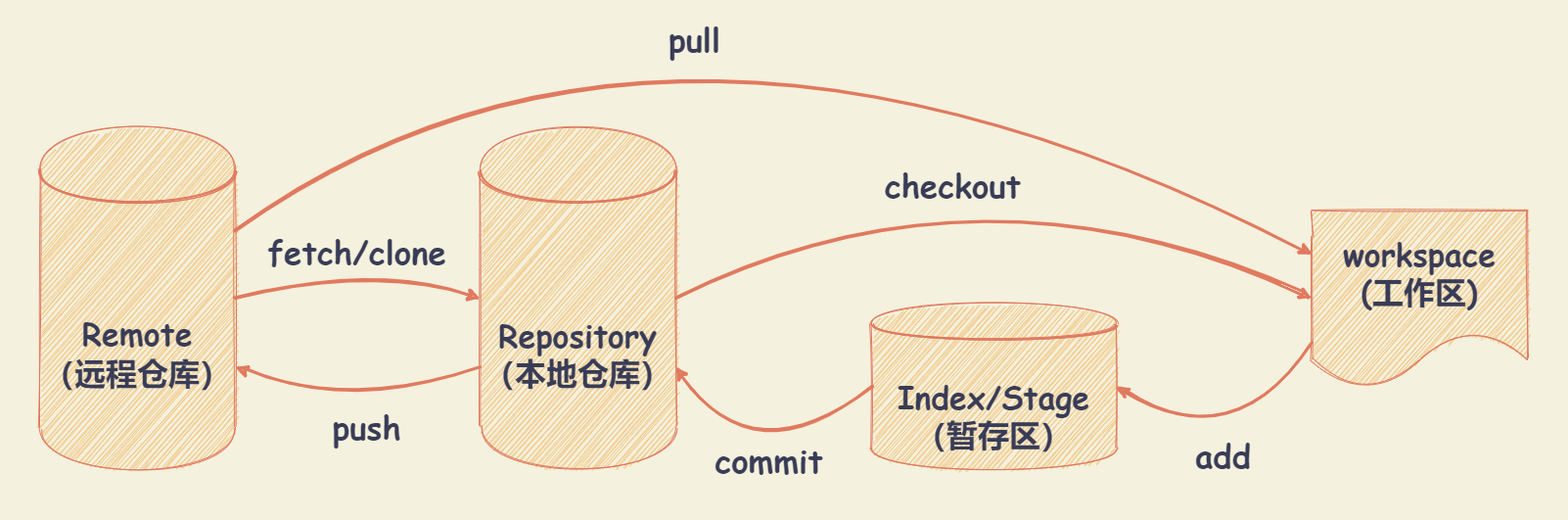
Above: docs/git/files/images/gitflow.drawio.png in lrh21g/blogs (draw.io), before the change. Source tidied: cells renumbered, new cells last; positions are measured from the earlier drawing's top-left corner, leaving out a move shared by most shapes.
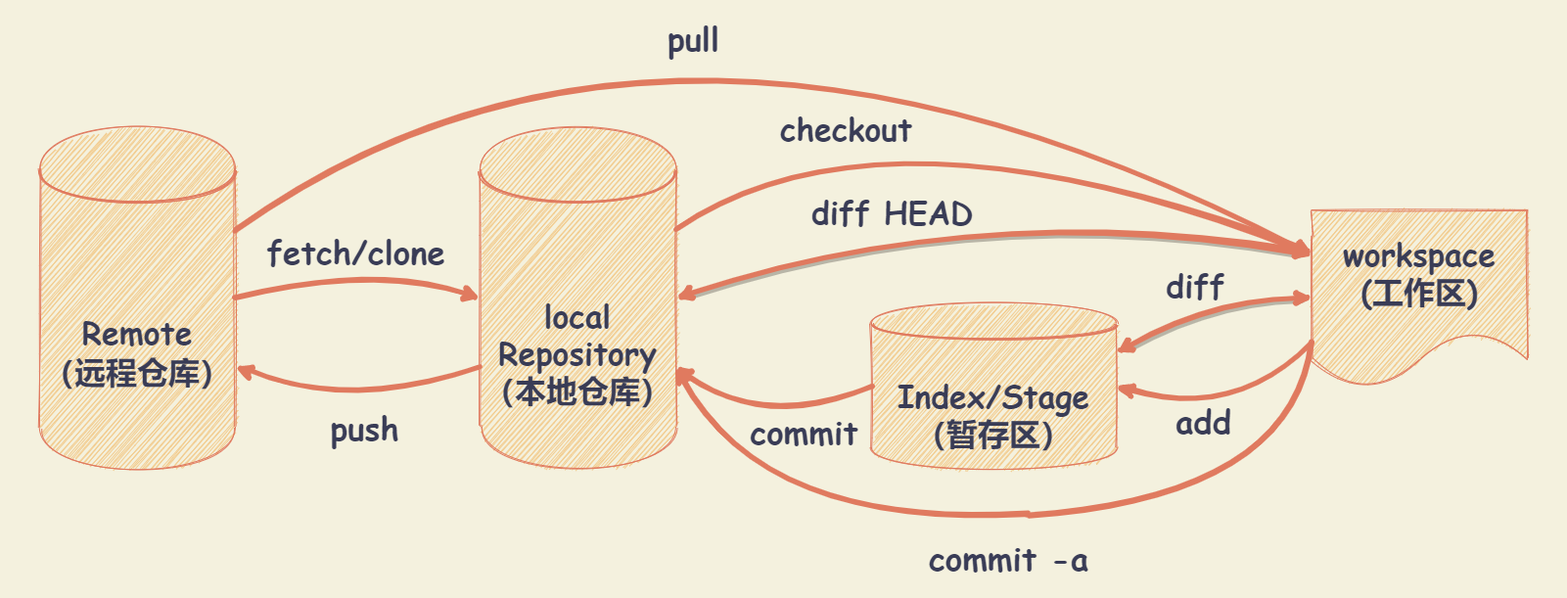
Above is the later version.

What changed in the source:
```diff
@@ -2,13 +2,13 @@
   <root>
     <mxCell id="0" />
     <mxCell id="1" parent="0" />
-    <mxCell id="2" style="rounded=1;whiteSpace=wrap;html=1;sketch=1;fontColor=#393C56;fillColor=none;strokeColor=none;" parent="1" vertex="1">
-      <mxGeometry y="80" width="1600" height="530" as="geometry" />
+    <mxCell id="2" style="whiteSpace=wrap;html=1;fontColor=#393C56;fillColor=none;strokeColor=none;sketch=1;rounded=1;" parent="1" vertex="1">
+      <mxGeometry y="80" width="1600" height="610" as="geometry" />
     </mxCell>
     <mxCell id="3" value="&lt;p style=&quot;font-size: 32px;&quot;&gt;&lt;span style=&quot;font-size: 32px;&quot;&gt;&lt;font style=&quot;font-size: 32px;&quot; face=&quot;Comic Sans MS&quot;&gt;Remote&lt;br style=&quot;font-size: 32px;&quot;&gt;&lt;/font&gt;&lt;font style=&quot;font-size: 32px;&quot; face=&quot;Comic Sans MS&quot;&gt;（远程仓库）&lt;/font&gt;&lt;/span&gt;&lt;/p&gt;" style="shape=datastore;whiteSpace=wrap;html=1;fillColor=#F2CC8F;strokeColor=#E07A5F;fontColor=#393C56;verticalAlign=middle;horizontal=1;spacing=0;fontStyle=1;fontSize=32;sketch=1;rounded=1;" parent="1" vertex="1">
       <mxGeometry x="40" y="209.1" width="200" height="350" as="geometry" />
     </mxCell>
-    <mxCell id="4" value="&lt;p style=&quot;font-size: 32px;&quot;&gt;&lt;font style=&quot;font-size: 32px;&quot;&gt;Repository&lt;br style=&quot;font-size: 32px;&quot;&gt;&lt;/font&gt;&lt;font style=&quot;font-size: 32px;&quot;&gt;（本地仓库）&lt;/font&gt;&lt;/p&gt;&lt;p style=&quot;font-size: 32px;&quot;&gt;&lt;/p&gt;" style="shape=datastore;whiteSpace=wrap;html=1;fillColor=#F2CC8F;strokeColor=#E07A5F;fontColor=#393C56;labelBackgroundColor=none;labelBorderColor=none;fontFamily=Comic Sans MS;verticalAlign=middle;fontSize=32;fontStyle=1;spacing=0;sketch=1;rounded=1;" parent="1" vertex="1">
+    <mxCell id="4" value="&lt;p&gt;&lt;font style=&quot;font-size: 32px&quot;&gt;local&lt;br&gt;Repository&lt;br&gt;&lt;/font&gt;&lt;font style=&quot;font-size: 32px&quot;&gt;（本地仓库）&lt;/font&gt;&lt;/p&gt;&lt;p style=&quot;font-size: 32px&quot;&gt;&lt;/p&gt;" style="shape=datastore;whiteSpace=wrap;html=1;fillColor=#F2CC8F;strokeColor=#E07A5F;fontColor=#393C56;labelBackgroundColor=none;labelBorderColor=none;fontFamily=Comic Sans MS;verticalAlign=middle;fontSize=32;fontStyle=1;spacing=0;sketch=1;rounded=1;" parent="1" vertex="1">
       <mxGeometry x="490" y="209.1" width="200" height="350" as="geometry" />
     </mxCell>
     <mxCell id="5" value="&lt;span style=&quot;font-size: 32px&quot;&gt;workspace&lt;br&gt;(工作区)&lt;br&gt;&lt;/span&gt;" style="shape=document;whiteSpace=wrap;html=1;boundedLbl=1;labelBackgroundColor=none;strokeColor=#E07A5F;fillColor=#F2CC8F;fontFamily=Comic Sans MS;fontSize=32;fontColor=#393C56;fontStyle=1;sketch=1;rounded=1;" parent="1" vertex="1">
@@ -17,43 +17,43 @@
     <mxCell id="6" value="&lt;p style=&quot;font-size: 32px&quot;&gt;&lt;span&gt;Index/Stage&lt;br&gt;&lt;/span&gt;&lt;span&gt;（暂存区&lt;/span&gt;&lt;span&gt;）&lt;/span&gt;&lt;/p&gt;&lt;p style=&quot;font-size: 32px&quot;&gt;&lt;/p&gt;" style="shape=datastore;whiteSpace=wrap;html=1;fillColor=#F2CC8F;strokeColor=#E07A5F;fontColor=#393C56;labelBackgroundColor=none;labelBorderColor=none;fontFamily=Comic Sans MS;verticalAlign=middle;fontSize=32;fontStyle=1;spacing=0;sketch=1;rounded=1;" parent="1" vertex="1">
       <mxGeometry x="890" y="389.1" width="250" height="170" as="geometry" />
     </mxCell>
-    <mxCell id="7" style="endArrow=classic;html=1;strokeColor=#E07A5F;fillColor=#F2CC8F;fontFamily=Comic Sans MS;fontSize=32;fontColor=#393C56;exitX=0;exitY=0.75;exitDx=0;exitDy=0;entryX=1;entryY=0.5;entryDx=0;entryDy=0;labelBackgroundColor=none;spacing=0;fontStyle=1;strokeWidth=3;sketch=1;curved=1;" parent="1" edge="1" source="5" target="6">
+    <mxCell id="7" style="endArrow=classic;html=1;strokeColor=#E07A5F;fillColor=#F2CC8F;fontFamily=Comic Sans MS;fontSize=32;fontColor=#393C56;exitX=0;exitY=0.75;exitDx=0;exitDy=0;entryX=1;entryY=0.5;entryDx=0;entryDy=0;labelBackgroundColor=none;spacing=0;fontStyle=1;strokeWidth=5;sketch=1;curved=1;" parent="1" edge="1" source="5" target="6">
       <mxGeometry relative="1" as="geometry">
         <Array as="points">
-          <mxPoint x="1260" y="549.1" />
+          <mxPoint x="1260" y="510" />
         </Array>
       </mxGeometry>
     </mxCell>
     <mxCell id="8" value="add" style="edgeLabel;html=1;align=center;verticalAlign=middle;fontColor=#393C56;labelBackgroundColor=none;fontSize=33;fontStyle=1;fontFamily=Comic Sans MS;sketch=1;rounded=1;" parent="7" vertex="1">
       <mxGeometry x="-0.15" y="-14" relative="1" as="geometry">
-        <mxPoint x="-12.3" y="20.8" as="offset" />
+        <mxPoint x="-30.7" y="17.2" as="offset" />
       </mxGeometry>
     </mxCell>
-    <mxCell id="9" style="endArrow=classic;html=1;strokeColor=#E07A5F;fillColor=#F2CC8F;fontFamily=Comic Sans MS;fontSize=32;fontColor=#393C56;exitX=0;exitY=0.5;exitDx=0;exitDy=0;entryX=1;entryY=0.7;entryDx=0;entryDy=0;labelBackgroundColor=none;spacing=0;fontStyle=1;strokeWidth=3;sketch=1;curved=1;" parent="1" edge="1" source="6" target="4">
+    <mxCell id="9" style="endArrow=classic;html=1;strokeColor=#E07A5F;fillColor=#F2CC8F;fontFamily=Comic Sans MS;fontSize=32;fontColor=#393C56;exitX=0;exitY=0.5;exitDx=0;exitDy=0;entryX=1;entryY=0.7;entryDx=0;entryDy=0;labelBackgroundColor=none;spacing=0;fontStyle=1;strokeWidth=5;sketch=1;curved=1;" parent="1" edge="1" source="6" target="4">
       <mxGeometry relative="1" as="geometry">
         <Array as="points">
-          <mxPoint x="770" y="569.1" />
+          <mxPoint x="780" y="520" />
         </Array>
       </mxGeometry>
     </mxCell>
     <mxCell id="10" value="commit" style="edgeLabel;html=1;align=center;verticalAlign=middle;fontColor=#393C56;labelBackgroundColor=none;fontSize=33;fontStyle=1;fontFamily=Comic Sans MS;sketch=1;rounded=1;" parent="9" vertex="1">
       <mxGeometry x="-0.15" y="-14" relative="1" as="geometry">
-        <mxPoint y="8.4" as="offset" />
+        <mxPoint x="25.8" y="21.1" as="offset" />
       </mxGeometry>
     </mxCell>
-    <mxCell id="11" style="endArrow=classic;html=1;strokeColor=#E07A5F;fillColor=#F2CC8F;fontFamily=Comic Sans MS;fontSize=32;fontColor=#393C56;entryX=0;entryY=0.5;entryDx=0;entryDy=0;labelBackgroundColor=none;spacing=0;fontStyle=1;strokeWidth=3;exitX=1;exitY=0.5;exitDx=0;exitDy=0;sketch=1;curved=1;" parent="1" edge="1" source="4" target="5">
+    <mxCell id="11" style="endArrow=classic;html=1;strokeColor=#E07A5F;fillColor=#F2CC8F;fontFamily=Comic Sans MS;fontSize=32;fontColor=#393C56;entryX=0;entryY=0.25;entryDx=0;entryDy=0;labelBackgroundColor=none;spacing=0;fontStyle=1;strokeWidth=5;exitX=1;exitY=0.3;exitDx=0;exitDy=0;sketch=1;curved=1;" parent="1" edge="1" source="4" target="5">
       <mxGeometry relative="1" as="geometry">
         <Array as="points">
-          <mxPoint x="1000" y="229.1" />
+          <mxPoint x="900" y="170" />
         </Array>
       </mxGeometry>
     </mxCell>
-    <mxCell id="12" value="checkout" style="edgeLabel;html=1;align=center;verticalAlign=middle;fontColor=#393C56;labelBackgroundColor=none;fontSize=33;fontStyle=1;fontFamily=Comic Sans MS;sketch=1;rounded=1;" parent="11" vertex="1">
+    <mxCell id="12" value="checkout" style="edgeLabel;html=1;align=center;verticalAlign=middle;fontColor=#393C56;labelBackgroundColor=none;fontSize=32;fontStyle=1;fontFamily=Comic Sans MS;sketch=1;rounded=1;" parent="11" vertex="1">
       <mxGeometry x="-0.15" y="-14" relative="1" as="geometry">
-        <mxPoint y="8.4" as="offset" />
+        <mxPoint x="-83.6" y="6.2" as="offset" />
       </mxGeometry>
     </mxCell>
-    <mxCell id="13" style="endArrow=classic;html=1;strokeColor=#E07A5F;fillColor=#F2CC8F;fontFamily=Comic Sans MS;fontSize=32;fontColor=#393C56;exitX=0;exitY=0.7;exitDx=0;exitDy=0;entryX=1;entryY=0.7;entryDx=0;entryDy=0;labelBackgroundColor=none;spacing=0;fontStyle=1;strokeWidth=3;endFill=1;shadow=0;arcSize=20;snapToPoint=0;sketch=1;curved=1;" parent="1" edge="1" source="4" target="3">
+    <mxCell id="13" style="endArrow=classic;html=1;strokeColor=#E07A5F;fillColor=#F2CC8F;fontFamily=Comic Sans MS;fontSize=32;fontColor=#393C56;exitX=0;exitY=0.7;exitDx=0;exitDy=0;entryX=1;entryY=0.7;entryDx=0;entryDy=0;labelBackgroundColor=none;spacing=0;fontStyle=1;strokeWidth=5;endFill=1;shadow=0;arcSize=20;snapToPoint=0;sketch=1;curved=1;" parent="1" edge="1" source="4" target="3">
       <mxGeometry relative="1" as="geometry">
         <Array as="points">
           <mxPoint x="360" y="499.1" />
@@ -65,7 +65,7 @@
         <mxPoint x="-6.6" y="37.5" as="offset" />
       </mxGeometry>
     </mxCell>
-    <mxCell id="15" style="endArrow=classic;html=1;strokeColor=#E07A5F;fillColor=#F2CC8F;fontFamily=Comic Sans MS;fontSize=32;fontColor=#393C56;labelBackgroundColor=none;spacing=0;fontStyle=1;strokeWidth=3;endFill=1;shadow=0;arcSize=20;snapToPoint=0;exitX=1;exitY=0.5;exitDx=0;exitDy=0;entryX=0;entryY=0.5;entryDx=0;entryDy=0;sketch=1;curved=1;" parent="1" edge="1" source="3" target="4">
+    <mxCell id="15" style="endArrow=classic;html=1;strokeColor=#E07A5F;fillColor=#F2CC8F;fontFamily=Comic Sans MS;fontSize=32;fontColor=#393C56;labelBackgroundColor=none;spacing=0;fontStyle=1;strokeWidth=5;endFill=1;shadow=0;arcSize=20;snapToPoint=0;exitX=1;exitY=0.5;exitDx=0;exitDy=0;entryX=0;entryY=0.5;entryDx=0;entryDy=0;sketch=1;curved=1;" parent="1" edge="1" source="3" target="4">
       <mxGeometry relative="1" as="geometry">
         <Array as="points">
           <mxPoint x="380" y="349.1" />
@@ -77,7 +77,7 @@
         <mxPoint x="12.3" y="-35.4" as="offset" />
       </mxGeometry>
     </mxCell>
-    <mxCell id="17" style="endArrow=classic;html=1;strokeColor=#E07A5F;fillColor=#F2CC8F;fontFamily=Comic Sans MS;fontSize=32;fontColor=#393C56;entryX=0;entryY=0.25;entryDx=0;entryDy=0;labelBackgroundColor=none;spacing=0;fontStyle=1;strokeWidth=3;exitX=1;exitY=0.3;exitDx=0;exitDy=0;sketch=1;curved=1;" parent="1" edge="1" source="3" target="5">
+    <mxCell id="17" style="endArrow=classic;html=1;strokeColor=#E07A5F;fillColor=#F2CC8F;fontFamily=Comic Sans MS;fontSize=32;fontColor=#393C56;entryX=0;entryY=0.25;entryDx=0;entryDy=0;labelBackgroundColor=none;spacing=0;fontStyle=1;strokeWidth=5;exitX=1;exitY=0.3;exitDx=0;exitDy=0;sketch=1;curved=1;" parent="1" edge="1" source="3" target="5">
       <mxGeometry relative="1" as="geometry">
         <Array as="points">
           <mxPoint x="680" />
@@ -89,5 +89,42 @@
         <mxPoint x="28.3" y="103.2" as="offset" />
       </mxGeometry>
     </mxCell>
+    <mxCell id="19" style="endArrow=classic;startArrow=classic;html=1;shadow=1;strokeColor=#E07A5F;fontColor=#393C56;strokeWidth=5;exitX=1;exitY=0.3;exitDx=0;exitDy=0;entryX=0;entryY=0.5;entryDx=0;entryDy=0;sketch=1;curved=1;labelBackgroundColor=#F4F1DE;" parent="1" edge="1" source="6" target="5">
+      <mxGeometry relative="1" as="geometry">
+        <Array as="points">
+          <mxPoint x="1240" y="384" />
+        </Array>
+      </mxGeometry>
+    </mxCell>
+    <mxCell id="20" value="&lt;b&gt;&lt;font face=&quot;Comic Sans MS&quot;&gt;diff&lt;/font&gt;&lt;/b&gt;" style="edgeLabel;html=1;align=center;verticalAlign=middle;fontSize=32;labelBackgroundColor=none;fontColor=#393C56;sketch=1;rounded=1;" parent="19" vertex="1">
+      <mxGeometry x="0.07" y="-88" relative="1" as="geometry">
+        <mxPoint x="-19.2" y="-102" as="offset" />
+      </mxGeometry>
+    </mxCell>
+    <mxCell id="21" style="endArrow=classic;html=1;strokeColor=#E07A5F;fillColor=#F2CC8F;fontFamily=Comic Sans MS;fontSize=32;fontColor=#393C56;exitX=0;exitY=0.75;exitDx=0;exitDy=0;entryX=1;entryY=0.7;entryDx=0;entryDy=0;labelBackgroundColor=none;spacing=0;fontStyle=1;strokeWidth=5;sketch=1;curved=1;" parent="1" edge="1" source="5" target="4">
+      <mxGeometry relative="1" as="geometry">
+        <Array as="points">
+          <mxPoint x="1320" y="590" />
+          <mxPoint x="780" y="620" />
+        </Array>
+      </mxGeometry>
+    </mxCell>
+    <mxCell id="22" value="commit -a" style="edgeLabel;html=1;align=center;verticalAlign=middle;fontColor=#393C56;labelBackgroundColor=none;fontSize=33;fontStyle=1;fontFamily=Comic Sans MS;sketch=1;rounded=1;" parent="21" vertex="1">
+      <mxGeometry x="-0.15" y="-14" relative="1" as="geometry">
+        <mxPoint x="-72.7" y="60.4" as="offset" />
+      </mxGeometry>
+    </mxCell>
+    <mxCell id="23" style="endArrow=classic;startArrow=classic;html=1;strokeColor=#E07A5F;fillColor=#F2CC8F;fontColor=#393C56;entryX=0;entryY=0.25;entryDx=0;entryDy=0;exitX=1;exitY=0.5;exitDx=0;exitDy=0;strokeWidth=5;fontSize=32;shadow=1;sketch=1;curved=1;labelBackgroundColor=#F4F1DE;" parent="1" edge="1" source="4" target="5">
+      <mxGeometry relative="1" as="geometry">
+        <Array as="points">
+          <mxPoint x="1000" y="280" />
+        </Array>
+      </mxGeometry>
+    </mxCell>
+    <mxCell id="24" value="&lt;span style=&quot;font-size: 32px&quot;&gt;diff HEAD&lt;/span&gt;" style="edgeLabel;html=1;align=center;verticalAlign=middle;labelBackgroundColor=none;fontStyle=1;fontFamily=Comic Sans MS;fontColor=#393C56;fontSize=32;sketch=1;rounded=1;" parent="23" vertex="1">
+      <mxGeometry x="-0.12" y="4" relative="1" as="geometry">
+        <mxPoint x="-59.3" y="8" as="offset" />
+      </mxGeometry>
+    </mxCell>
   </root>
 </mxGraphModel>
```
